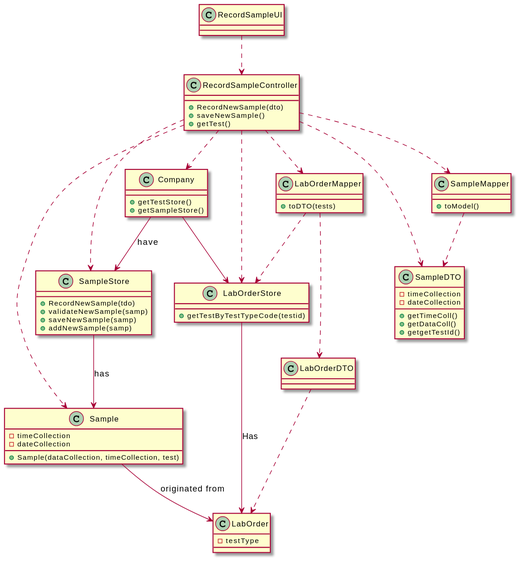
This is docs/SprintC/US5_RecordTheSample/US005_CD.svg from Pedromaia26/LAPR2-ISEP, a PlantUML export, as it was before one commit.
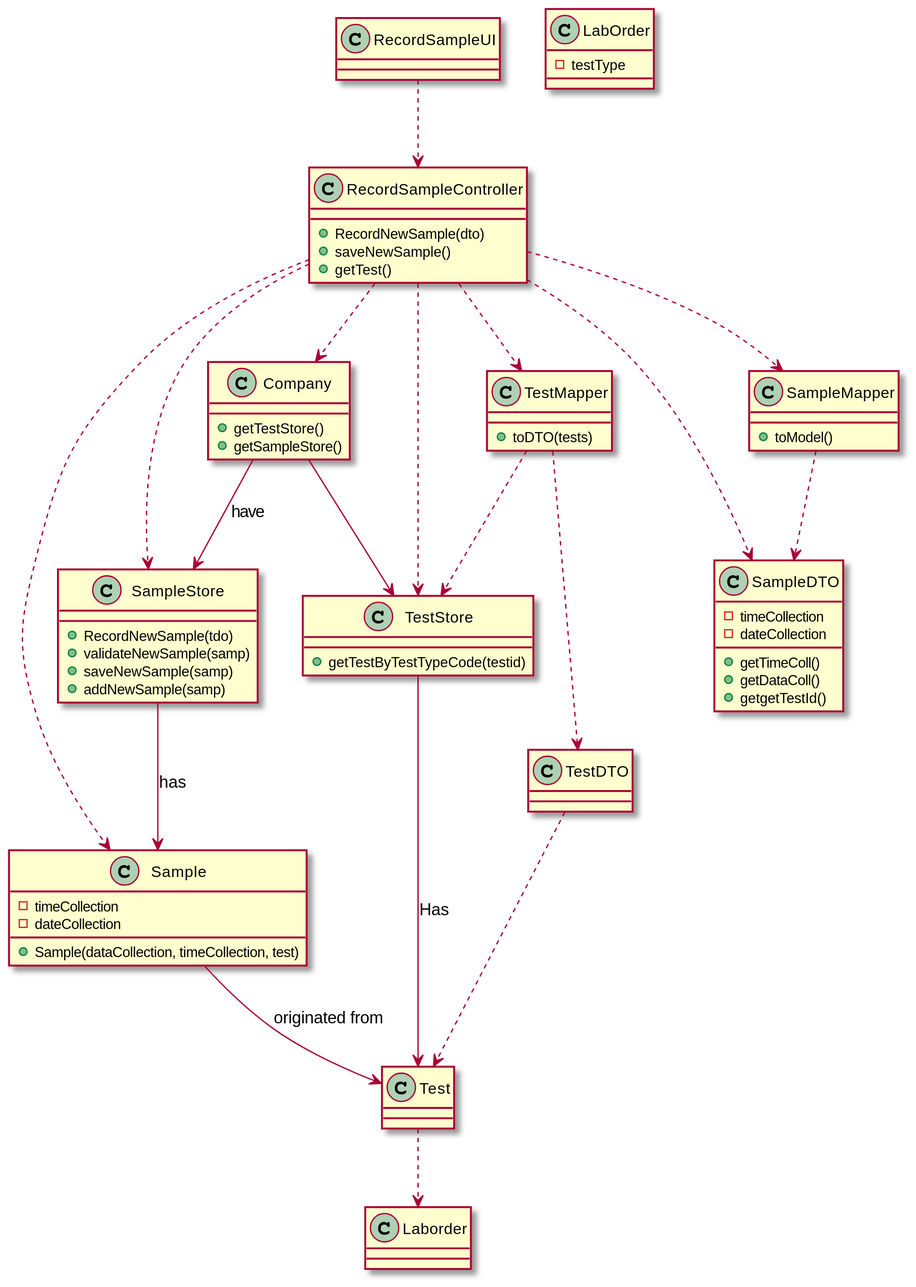
After the commit.

Change to the diagram source:
```diff
@@ -2,11 +2,11 @@
 RecordSampleUI ..> RecordSampleController
 RecordSampleController..>Company
 RecordSampleController..>Sample
-RecordSampleController..>LabOrderMapper
+RecordSampleController..>TestMapper
 RecordSampleController..>SampleDTO
 RecordSampleController..>SampleStore
 RecordSampleController..>SampleMapper
-RecordSampleController..>LabOrderStore
+RecordSampleController..>TestStore
 
 
 
@@ -20,26 +20,26 @@
 
 SampleStore --> Sample: has
 
-Company --> LabOrderStore
+Company --> TestStore
 
-LabOrderStore : +getTestByTestTypeCode(testid)
+TestStore : +getTestByTestTypeCode(testid)
 
-LabOrderMapper ..> LabOrderDTO
-LabOrderDTO..> LabOrder
-Sample --> LabOrder: originated from
+TestMapper ..> TestDTO
+TestDTO..> Test
+Sample --> Test: originated from
 
 
-LabOrderStore --> LabOrder : Has
+TestStore --> Test : Has
 SampleMapper ..> SampleDTO
 
 
-LabOrderMapper ..> LabOrderStore
+TestMapper ..> TestStore
 
-
+Test ..> Laborder
 LabOrder : -testType
 
 
-LabOrderMapper : +toDTO(tests)
+TestMapper : +toDTO(tests)
 
 SampleMapper : +toModel()
 
```
